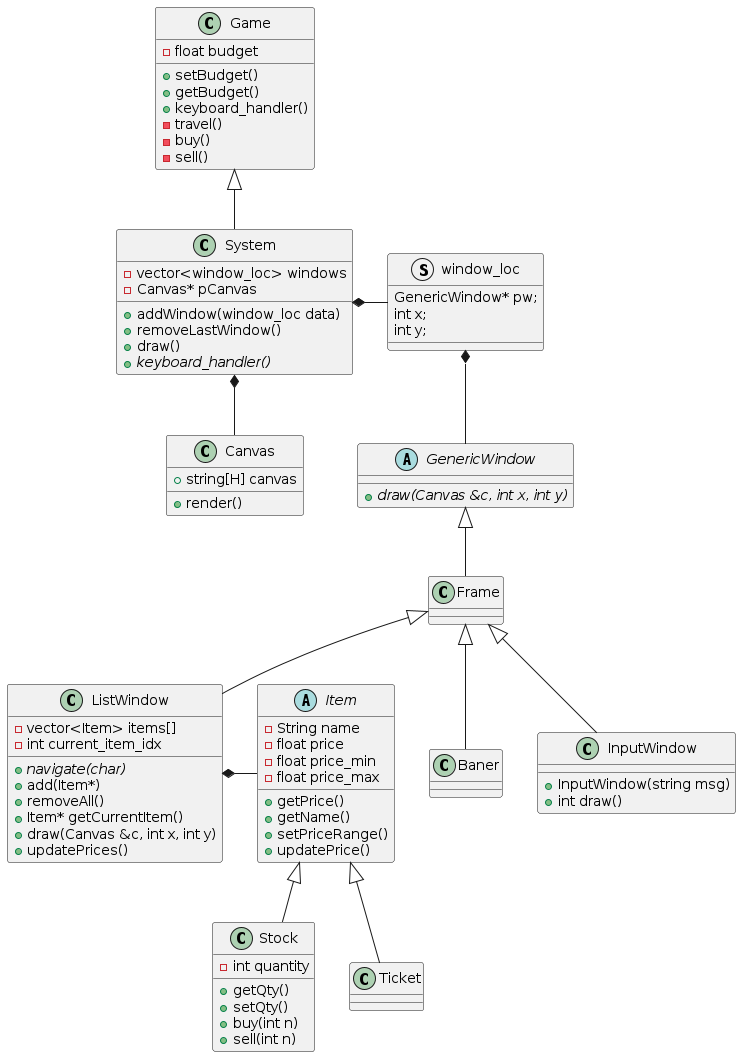
This is out/doc/high_level/high_level.png from plpabla/dealg, a PlantUML export, as it was before one commit.
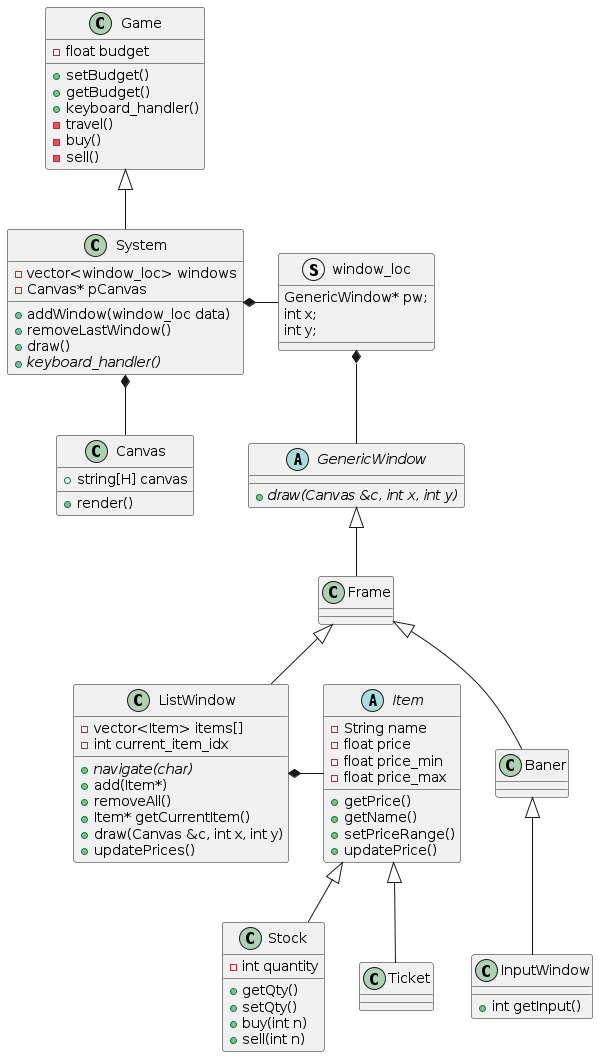
Above is the later version.

Commit message:
update block diagram

What changed in the source:
```diff
@@ -51,8 +51,7 @@
 class Baner
 class InputWindow
 {
-    + InputWindow(string msg)
-    + int draw()
+    + int getInput()
 }
 class Frame
 class ListWindow
@@ -67,7 +66,7 @@
     + updatePrices()
 }
 Frame <|-- ListWindow
-Frame <|-- InputWindow
+Baner <|-- InputWindow
 Frame <|-- Baner
 GenericWindow <|-- Frame
 
```
